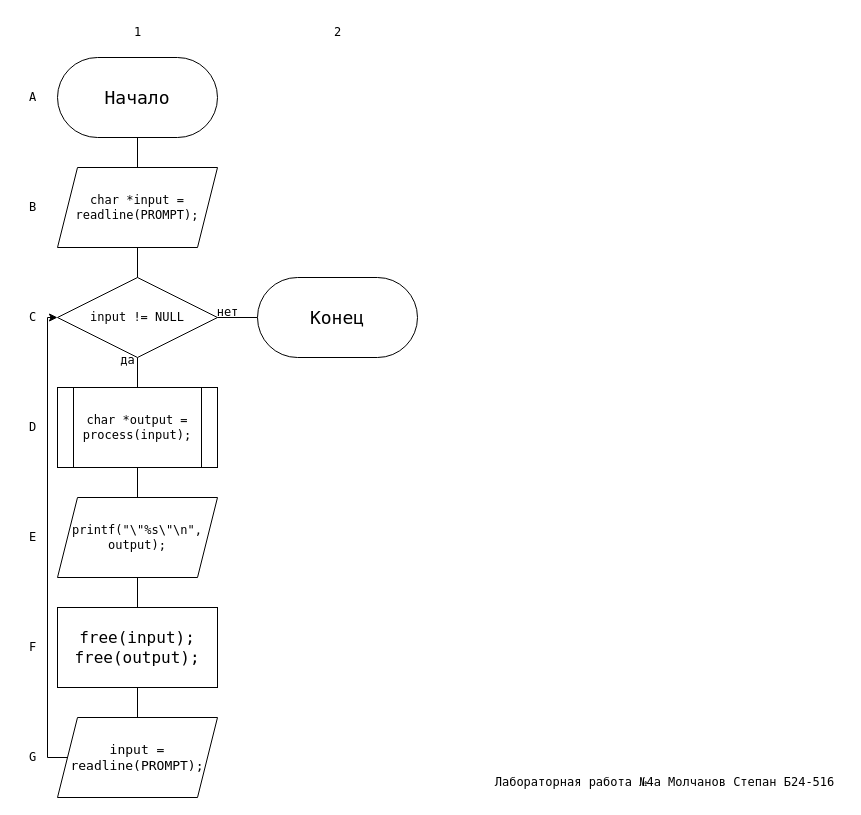
Above: page "main" (1 of 9) of lab4/flowchartA.drawio in molchanov71/MEPhIflowcharts (draw.io), before the change. Source tidied: cells renumbered, new cells numbered last; positions are measured from the earlier drawing's top-left corner, leaving out a move shared by most shapes. Both pictures are drawn from the tidied source at 100%, with x=0, y=0 at pixel (17, 17).
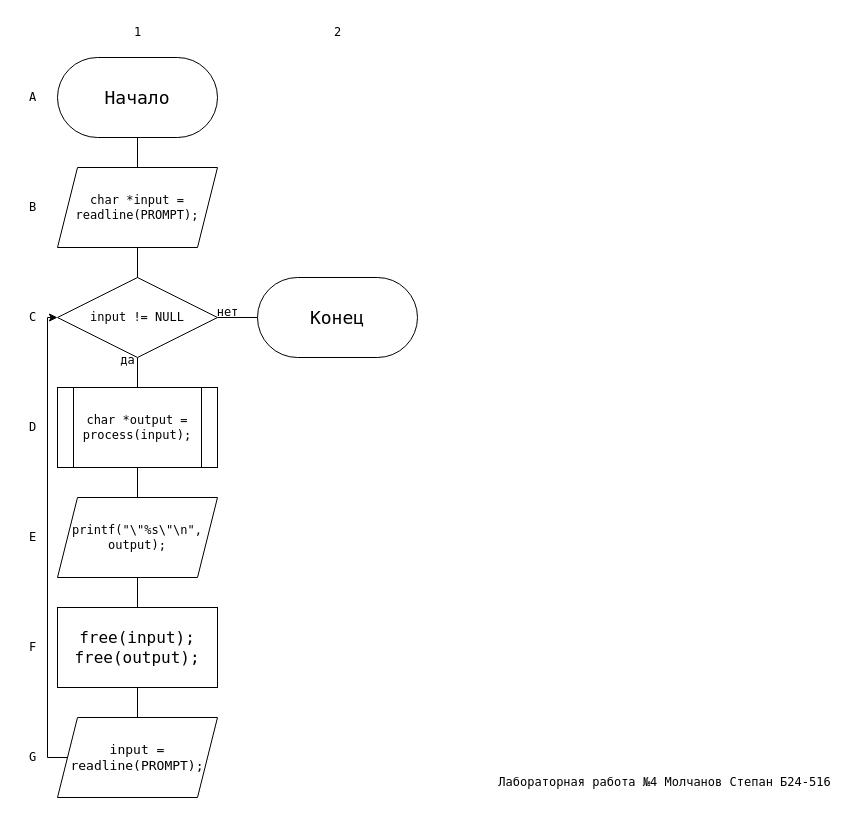
The same diagram, later.

Change to the diagram source:
```diff
@@
-    <mxCell id="27" value="&lt;font face=&quot;Lucida Console&quot;&gt;Лабораторная работа №4а Молчанов Степан Б24-516&lt;/font&gt;" style="text;html=1;align=center;verticalAlign=middle;strokeColor=none;fillColor=none;" parent="1" vertex="1">
+    <mxCell id="27" value="&lt;font face=&quot;Lucida Console&quot;&gt;Лабораторная работа №4 Молчанов Степан Б24-516&lt;/font&gt;" style="text;html=1;align=center;verticalAlign=middle;strokeColor=none;fillColor=none;" parent="1" vertex="1">
       <mxGeometry x="467" y="750" width="360" height="30" as="geometry" />
     </mxCell>
```
